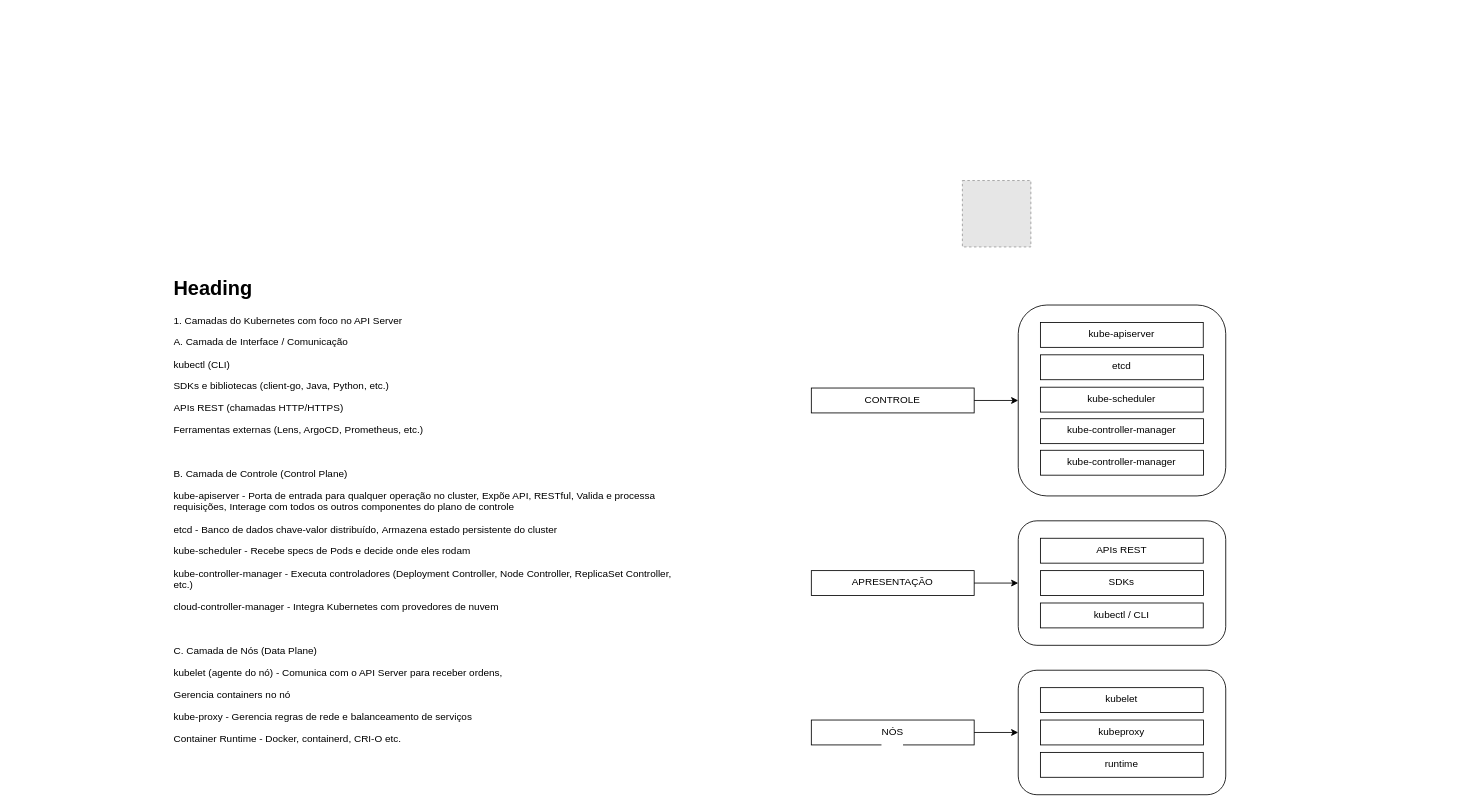
This is readme/fatec/Pesquisa/Trabalho/Diagrama Agents - TCC.drawio from efraim-lima/GitBook, a draw.io file, before an edit. Source tidied: cells renumbered, new cells numbered last; positions are measured from the earlier drawing's top-left corner, leaving out a move shared by most shapes. Both pictures are drawn from the tidied source at 83%, with x=0, y=0 at pixel (172, 180). Pictures stored in the file or linked from it are replaced by grey dashed boxes.
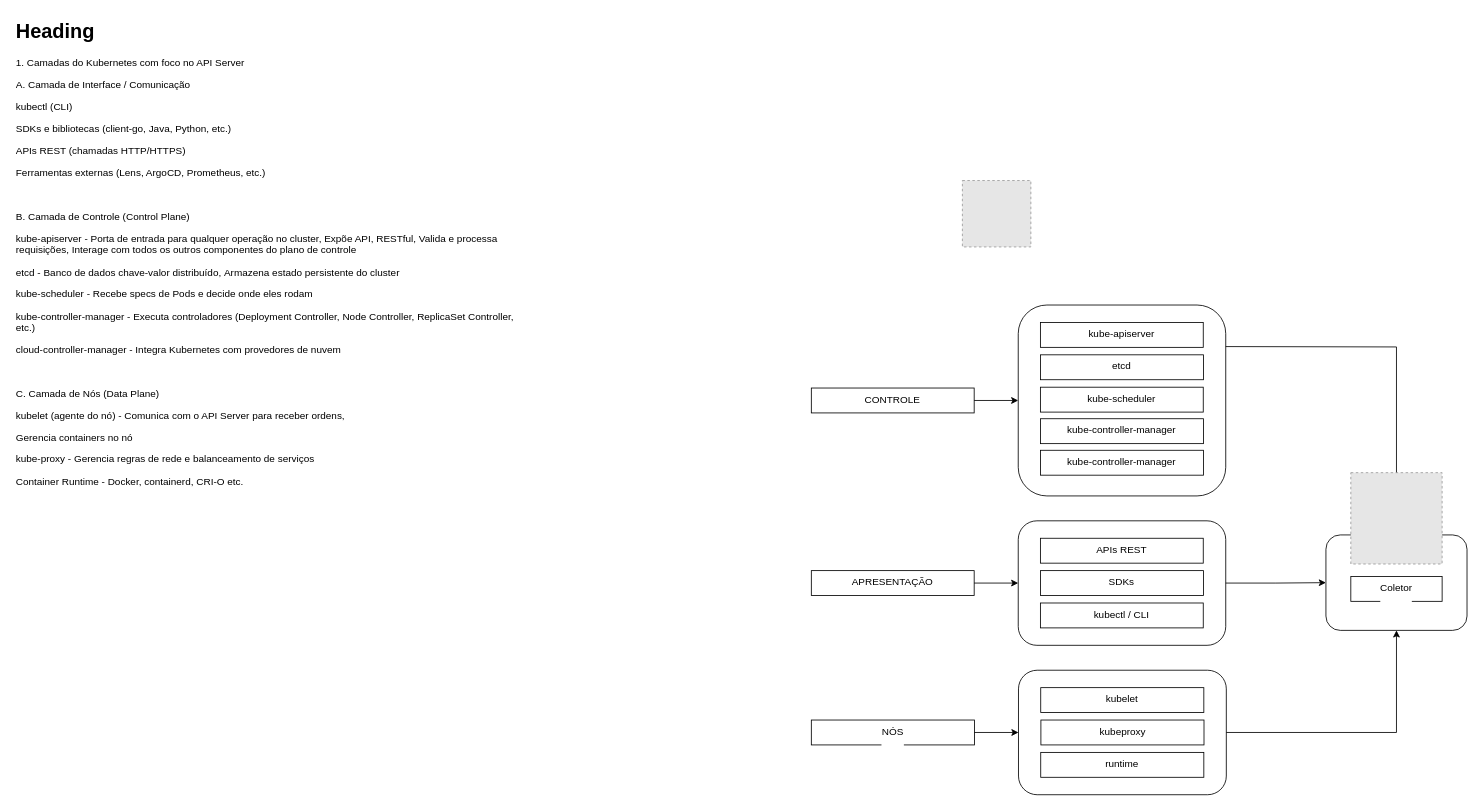
After the change.

The change refers to these unchanged cells:
```xml
<mxCell id="6" style="rounded=1;whiteSpace=wrap;html=1;" parent="5" vertex="1">
  <mxGeometry width="250" height="150" as="geometry" />
</mxCell>
```

The edit, as a diff of the source:
```diff
@@
+    <mxCell id="33" style="edgeStyle=orthogonalEdgeStyle;rounded=0;jettySize=auto;html=1;" parent="1" edge="1" target="35">
+      <mxGeometry relative="1" as="geometry">
+        <mxPoint x="1240" y="200" as="sourcePoint" />
+      </mxGeometry>
+    </mxCell>
@@
     <mxCell id="23" style="group;" parent="1" vertex="1">
-      <mxGeometry x="770" y="590" width="499.3" height="150" as="geometry" />
+      <mxGeometry x="770" y="590" width="500" height="150" as="geometry" />
     </mxCell>
     <mxCell id="24" value="NÓS&lt;div&gt;&lt;br&gt;&lt;/div&gt;" style="whiteSpace=wrap;html=1;verticalAlign=top;labelBackgroundColor=default;" parent="23" vertex="1">
-      <mxGeometry y="60" width="196.2" height="30" as="geometry" />
+      <mxGeometry y="60" width="196.5" height="30" as="geometry" />
     </mxCell>
     <mxCell id="25" style="group;" parent="23" vertex="1">
-      <mxGeometry x="249.3" width="250" height="150" as="geometry" />
+      <mxGeometry x="249.6" width="250.4" height="150" as="geometry" />
     </mxCell>
     <mxCell id="26" style="rounded=1;whiteSpace=wrap;html=1;" parent="25" vertex="1">
-      <mxGeometry width="250" height="150" as="geometry" />
+      <mxGeometry width="250.4" height="150" as="geometry" />
     </mxCell>
     <mxCell id="27" style="group;" parent="25" vertex="1">
-      <mxGeometry x="26.7" y="21" width="196.4" height="108" as="geometry" />
+      <mxGeometry x="26.8" y="21" width="196.7" height="108" as="geometry" />
     </mxCell>
     <mxCell id="28" value="kubeproxy" style="whiteSpace=wrap;html=1;verticalAlign=top;labelBackgroundColor=default;" parent="27" vertex="1">
-      <mxGeometry x="0.2" y="39" width="196.2" height="30" as="geometry" />
+      <mxGeometry x="0.2" y="39" width="196.5" height="30" as="geometry" />
     </mxCell>
     <mxCell id="29" value="kubelet" style="whiteSpace=wrap;html=1;verticalAlign=top;labelBackgroundColor=default;" parent="27" vertex="1">
-      <mxGeometry width="196.2" height="30" as="geometry" />
+      <mxGeometry width="196.5" height="30" as="geometry" />
     </mxCell>
     <mxCell id="30" value="runtime" style="whiteSpace=wrap;html=1;verticalAlign=top;labelBackgroundColor=default;" parent="27" vertex="1">
-      <mxGeometry y="78" width="196.2" height="30" as="geometry" />
+      <mxGeometry y="78" width="196.5" height="30" as="geometry" />
     </mxCell>
@@
     <mxCell id="32" value="&lt;h1 style=&quot;margin-top: 0px;&quot;&gt;Heading&lt;/h1&gt;&lt;p&gt;1. Camadas do Kubernetes com foco no API Server&lt;/p&gt;&lt;p&gt;A. Camada de Interface / Comunicação&lt;/p&gt;&lt;p&gt;kubectl (CLI)&lt;/p&gt;&lt;p&gt;SDKs e bibliotecas (client-go, Java, Python, etc.)&lt;/p&gt;&lt;p&gt;APIs REST (chamadas HTTP/HTTPS)&lt;/p&gt;&lt;p&gt;Ferramentas externas (Lens, ArgoCD, Prometheus, etc.)&lt;/p&gt;&lt;p&gt;&lt;br&gt;&lt;/p&gt;&lt;p&gt;B. Camada de Controle (Control Plane)&lt;/p&gt;&lt;p&gt;kube-apiserver -&amp;nbsp;&lt;span style=&quot;background-color: transparent; color: light-dark(rgb(0, 0, 0), rgb(255, 255, 255));&quot;&gt;Porta de entrada para qualquer operação no cluster,&amp;nbsp;&lt;/span&gt;&lt;span style=&quot;background-color: transparent; color: light-dark(rgb(0, 0, 0), rgb(255, 255, 255));&quot;&gt;Expõe API, RESTful,&amp;nbsp;&lt;/span&gt;&lt;span style=&quot;background-color: transparent; color: light-dark(rgb(0, 0, 0), rgb(255, 255, 255));&quot;&gt;Valida e processa requisições,&amp;nbsp;&lt;/span&gt;&lt;span style=&quot;background-color: transparent; color: light-dark(rgb(0, 0, 0), rgb(255, 255, 255));&quot;&gt;Interage com todos os outros componentes do plano de controle&lt;/span&gt;&lt;/p&gt;&lt;p&gt;etcd -&amp;nbsp;&lt;span style=&quot;background-color: transparent; color: light-dark(rgb(0, 0, 0), rgb(255, 255, 255));&quot;&gt;Banco de dados chave-valor distribuído,&amp;nbsp;&lt;/span&gt;&lt;span style=&quot;background-color: transparent; color: light-dark(rgb(0, 0, 0), rgb(255, 255, 255));&quot;&gt;Armazena estado persistente do cluster&lt;/span&gt;&lt;/p&gt;&lt;p&gt;kube-scheduler -&amp;nbsp;&lt;span style=&quot;background-color: transparent; color: light-dark(rgb(0, 0, 0), rgb(255, 255, 255));&quot;&gt;Recebe specs de Pods e decide onde eles rodam&lt;/span&gt;&lt;/p&gt;&lt;p&gt;&lt;span style=&quot;background-color: transparent; color: light-dark(rgb(0, 0, 0), rgb(255, 255, 255));&quot;&gt;kube-controller-manager -&amp;nbsp;&lt;/span&gt;&lt;span style=&quot;background-color: transparent; color: light-dark(rgb(0, 0, 0), rgb(255, 255, 255));&quot;&gt;Executa controladores (Deployment Controller, Node Controller, ReplicaSet Controller, etc.)&lt;/span&gt;&lt;/p&gt;&lt;p&gt;cloud-controller-manager -&amp;nbsp;&lt;span style=&quot;background-color: transparent; color: light-dark(rgb(0, 0, 0), rgb(255, 255, 255));&quot;&gt;Integra Kubernetes com provedores de nuvem&lt;/span&gt;&lt;/p&gt;&lt;p&gt;&lt;br&gt;&lt;/p&gt;&lt;p&gt;C. Camada de Nós (Data Plane)&lt;/p&gt;&lt;p&gt;kubelet (agente do nó) -&amp;nbsp;&lt;span style=&quot;background-color: transparent; color: light-dark(rgb(0, 0, 0), rgb(255, 255, 255));&quot;&gt;Comunica com o API Server para receber ordens,&amp;nbsp;&lt;/span&gt;&lt;/p&gt;&lt;p&gt;Gerencia containers no nó&lt;/p&gt;&lt;p&gt;kube-proxy -&amp;nbsp;&lt;span style=&quot;background-color: transparent; color: light-dark(rgb(0, 0, 0), rgb(255, 255, 255));&quot;&gt;Gerencia regras de rede e balanceamento de serviços&lt;/span&gt;&lt;/p&gt;&lt;p&gt;Container Runtime -&amp;nbsp;&lt;span style=&quot;background-color: transparent; color: light-dark(rgb(0, 0, 0), rgb(255, 255, 255));&quot;&gt;Docker, containerd, CRI-O etc.&lt;/span&gt;&lt;/p&gt;" style="text;html=1;whiteSpace=wrap;overflow=hidden;rounded=0;" parent="1" vertex="1">
-      <mxGeometry y="110" width="610" height="620" as="geometry" />
+      <mxGeometry x="-190" y="-200" width="610" height="620" as="geometry" />
     </mxCell>
+    <mxCell id="34" style="group;" parent="1" vertex="1">
+      <mxGeometry x="1390" y="352" width="170" height="190" as="geometry" />
+    </mxCell>
+    <mxCell id="35" style="whiteSpace=wrap;html=1;rounded=1;" parent="34" vertex="1">
+      <mxGeometry y="75" width="170" height="115" as="geometry" />
+    </mxCell>
+    <mxCell id="36" style="fillColor=#E6E6E6;strokeColor=#999999;dashed=1;verticalLabelPosition=bottom;labelBackgroundColor=default;verticalAlign=top;" parent="34" vertex="1">
+      <mxGeometry x="30" width="110" height="110" as="geometry" />
+    </mxCell>
+    <mxCell id="37" value="Coletor&lt;div&gt;&lt;br&gt;&lt;/div&gt;" style="whiteSpace=wrap;html=1;verticalAlign=top;labelBackgroundColor=default;" parent="34" vertex="1">
+      <mxGeometry x="30" y="125" width="110" height="30" as="geometry" />
+    </mxCell>
+    <mxCell id="38" style="edgeStyle=orthogonalEdgeStyle;rounded=0;jettySize=auto;html=1;entryX=0;entryY=0.5;entryDx=0;entryDy=0;" parent="1" edge="1" source="6" target="35">
+      <mxGeometry relative="1" as="geometry" />
+    </mxCell>
+    <mxCell id="39" style="edgeStyle=orthogonalEdgeStyle;rounded=0;jettySize=auto;html=1;entryX=0.5;entryY=1;entryDx=0;entryDy=0;" parent="1" edge="1" source="26" target="35">
+      <mxGeometry relative="1" as="geometry" />
+    </mxCell>
```
